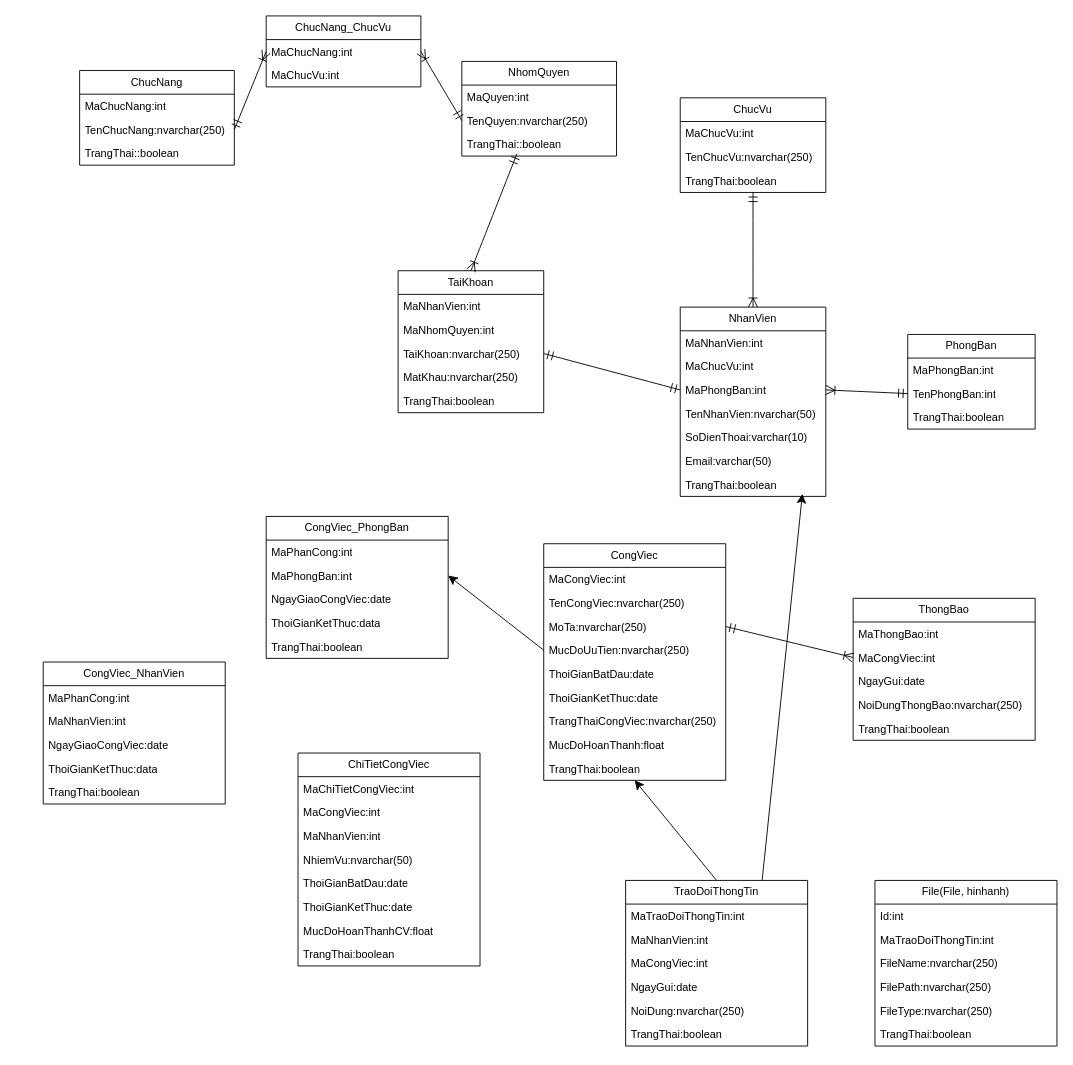
Earlier version of the draw.io diagram j2ee.drawio (maivantai2003/vercelDemo). Source tidied: cells renumbered, new cells numbered last; positions are measured from the earlier drawing's top-left corner, leaving out a move shared by most shapes. Both pictures are drawn from the tidied source at 91%, with x=0, y=0 at pixel (43, 15).
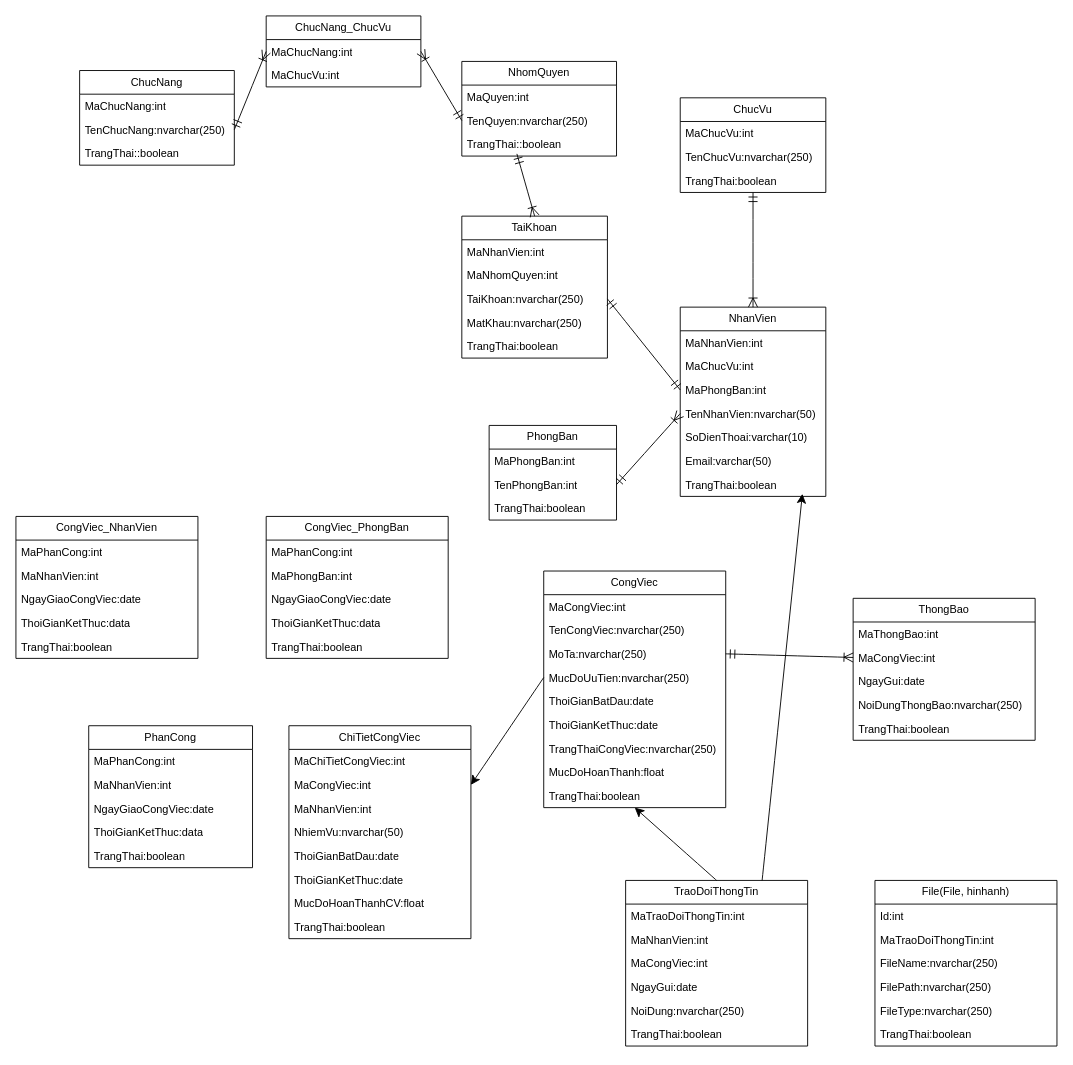
The same diagram, later.

Unchanged cells that the change refers to:
```xml
<mxCell id="12" value="MaPhongBan:int" style="text;strokeColor=none;fillColor=none;align=left;verticalAlign=top;spacingLeft=4;spacingRight=4;overflow=hidden;points=[[0,0.5],[1,0.5]];portConstraint=eastwest;whiteSpace=wrap;html=1;" parent="9" vertex="1">
  <mxGeometry y="78" width="160" height="26" as="geometry" />
</mxCell>
<mxCell id="13" value="TenNhanVien:nvarchar(50)" style="text;strokeColor=none;fillColor=none;align=left;verticalAlign=top;spacingLeft=4;spacingRight=4;overflow=hidden;points=[[0,0.5],[1,0.5]];portConstraint=eastwest;whiteSpace=wrap;html=1;" parent="9" vertex="1">
  <mxGeometry y="104" width="160" height="26" as="geometry" />
</mxCell>
<mxCell id="19" value="TenPhongBan:int" style="text;strokeColor=none;fillColor=none;align=left;verticalAlign=top;spacingLeft=4;spacingRight=4;overflow=hidden;points=[[0,0.5],[1,0.5]];portConstraint=eastwest;whiteSpace=wrap;html=1;" parent="17" vertex="1">
  <mxGeometry y="52" width="140" height="26" as="geometry" />
</mxCell>
<mxCell id="25" value="MucDoUuTien:nvarchar(250)" style="text;strokeColor=none;fillColor=none;align=left;verticalAlign=top;spacingLeft=4;spacingRight=4;overflow=hidden;points=[[0,0.5],[1,0.5]];portConstraint=eastwest;whiteSpace=wrap;html=1;" parent="21" vertex="1">
  <mxGeometry y="104" width="200" height="26" as="geometry" />
</mxCell>
<mxCell id="55" value="MaPhongBan:int" style="text;strokeColor=none;fillColor=none;align=left;verticalAlign=top;spacingLeft=4;spacingRight=4;overflow=hidden;points=[[0,0.5],[1,0.5]];portConstraint=eastwest;whiteSpace=wrap;html=1;" parent="53" vertex="1">
  <mxGeometry y="52" width="200" height="26" as="geometry" />
</mxCell>
<mxCell id="88" value="MaCongViec:int" style="text;strokeColor=none;fillColor=none;align=left;verticalAlign=top;spacingLeft=4;spacingRight=4;overflow=hidden;points=[[0,0.5],[1,0.5]];portConstraint=eastwest;whiteSpace=wrap;html=1;" parent="86" vertex="1">
  <mxGeometry y="52" width="200" height="26" as="geometry" />
</mxCell>
```

What changed in the source:
```diff
@@
     <mxCell id="2" value="TaiKhoan" style="swimlane;fontStyle=0;horizontal=1;startSize=26;fillColor=none;whiteSpace=wrap;html=1;" parent="1" vertex="1">
-      <mxGeometry x="390" y="280" width="160" height="156" as="geometry" />
+      <mxGeometry x="460" y="220" width="160" height="156" as="geometry" />
     </mxCell>
@@
     <mxCell id="17" value="PhongBan" style="swimlane;fontStyle=0;horizontal=1;startSize=26;fillColor=none;whiteSpace=wrap;html=1;" parent="1" vertex="1">
-      <mxGeometry x="950" y="350" width="140" height="104" as="geometry" />
+      <mxGeometry x="490" y="450" width="140" height="104" as="geometry" />
     </mxCell>
@@
+    <mxCell id="96" style="edgeStyle=none;curved=1;rounded=0;orthogonalLoop=1;jettySize=auto;html=1;entryX=1;entryY=0.5;entryDx=0;entryDy=0;fontSize=12;startSize=8;endSize=8;" parent="17" edge="1" source="19" target="19">
+      <mxGeometry relative="1" as="geometry" />
+    </mxCell>
     <mxCell id="21" value="CongViec" style="swimlane;fontStyle=0;horizontal=1;startSize=26;fillColor=none;whiteSpace=wrap;html=1;" parent="1" vertex="1">
-      <mxGeometry x="550" y="580" width="200" height="260" as="geometry" />
+      <mxGeometry x="550" y="610" width="200" height="260" as="geometry" />
     </mxCell>
@@
     <mxCell id="31" value="CongViec_NhanVien" style="swimlane;fontStyle=0;horizontal=1;startSize=26;fillColor=none;whiteSpace=wrap;html=1;" parent="1" vertex="1">
-      <mxGeometry y="710" width="200" height="156" as="geometry" />
+      <mxGeometry x="-30" y="550" width="200" height="156" as="geometry" />
     </mxCell>
@@
-    <mxCell id="51" style="edgeStyle=none;curved=1;rounded=0;jettySize=auto;html=1;exitX=1;exitY=0.5;exitDx=0;exitDy=0;entryX=0;entryY=0.5;entryDx=0;entryDy=0;fontSize=12;startSize=8;endSize=8;endArrow=ERmandOne;endFill=0;startArrow=ERoneToMany;startFill=0;" parent="1" edge="1" source="12" target="19">
+    <mxCell id="51" style="edgeStyle=none;curved=1;rounded=0;jettySize=auto;html=1;exitX=0;exitY=0.5;exitDx=0;exitDy=0;entryX=1;entryY=0.5;entryDx=0;entryDy=0;fontSize=12;startSize=8;endSize=8;endArrow=ERmandOne;endFill=0;startArrow=ERoneToMany;startFill=0;" parent="1" edge="1" source="13" target="19">
       <mxGeometry relative="1" as="geometry" />
     </mxCell>
@@
+    <mxCell id="95" style="edgeStyle=none;curved=1;rounded=0;jettySize=auto;html=1;exitX=0;exitY=0.5;exitDx=0;exitDy=0;entryX=1;entryY=0.5;entryDx=0;entryDy=0;fontSize=12;startSize=8;endSize=8;" parent="1" edge="1" source="25" target="88">
+      <mxGeometry relative="1" as="geometry" />
+    </mxCell>
     <mxCell id="86" value="ChiTietCongViec" style="swimlane;fontStyle=0;horizontal=1;startSize=26;fillColor=none;whiteSpace=wrap;html=1;" parent="1" vertex="1">
-      <mxGeometry x="280" y="810" width="200" height="234" as="geometry" />
+      <mxGeometry x="270" y="780" width="200" height="234" as="geometry" />
     </mxCell>
@@
-    <mxCell id="95" style="edgeStyle=none;curved=1;rounded=0;jettySize=auto;html=1;exitX=0;exitY=0.5;exitDx=0;exitDy=0;entryX=1;entryY=0.5;entryDx=0;entryDy=0;fontSize=12;startSize=8;endSize=8;" parent="1" edge="1" source="25" target="55">
-      <mxGeometry relative="1" as="geometry" />
-    </mxCell>
+    <mxCell id="97" value="PhanCong" style="swimlane;fontStyle=0;horizontal=1;startSize=26;fillColor=none;whiteSpace=wrap;html=1;" parent="1" vertex="1">
+      <mxGeometry x="50" y="780" width="180" height="156" as="geometry" />
+    </mxCell>
+    <mxCell id="98" value="MaPhanCong:int" style="text;strokeColor=none;fillColor=none;align=left;verticalAlign=top;spacingLeft=4;spacingRight=4;overflow=hidden;whiteSpace=wrap;html=1;" parent="97" vertex="1">
+      <mxGeometry y="26" width="180" height="26" as="geometry" />
+    </mxCell>
+    <mxCell id="99" value="MaNhanVien:int" style="text;strokeColor=none;fillColor=none;align=left;verticalAlign=top;spacingLeft=4;spacingRight=4;overflow=hidden;whiteSpace=wrap;html=1;" parent="97" vertex="1">
+      <mxGeometry y="52" width="180" height="26" as="geometry" />
+    </mxCell>
+    <mxCell id="100" value="NgayGiaoCongViec:date" style="text;strokeColor=none;fillColor=none;align=left;verticalAlign=top;spacingLeft=4;spacingRight=4;overflow=hidden;whiteSpace=wrap;html=1;" parent="97" vertex="1">
+      <mxGeometry y="78" width="180" height="26" as="geometry" />
+    </mxCell>
+    <mxCell id="101" value="ThoiGianKetThuc:data" style="text;strokeColor=none;fillColor=none;align=left;verticalAlign=top;spacingLeft=4;spacingRight=4;overflow=hidden;whiteSpace=wrap;html=1;" parent="97" vertex="1">
+      <mxGeometry y="104" width="180" height="26" as="geometry" />
+    </mxCell>
+    <mxCell id="102" value="TrangThai:boolean" style="text;strokeColor=none;fillColor=none;align=left;verticalAlign=top;spacingLeft=4;spacingRight=4;overflow=hidden;whiteSpace=wrap;html=1;" parent="97" vertex="1">
+      <mxGeometry y="130" width="180" height="26" as="geometry" />
+    </mxCell>
```
